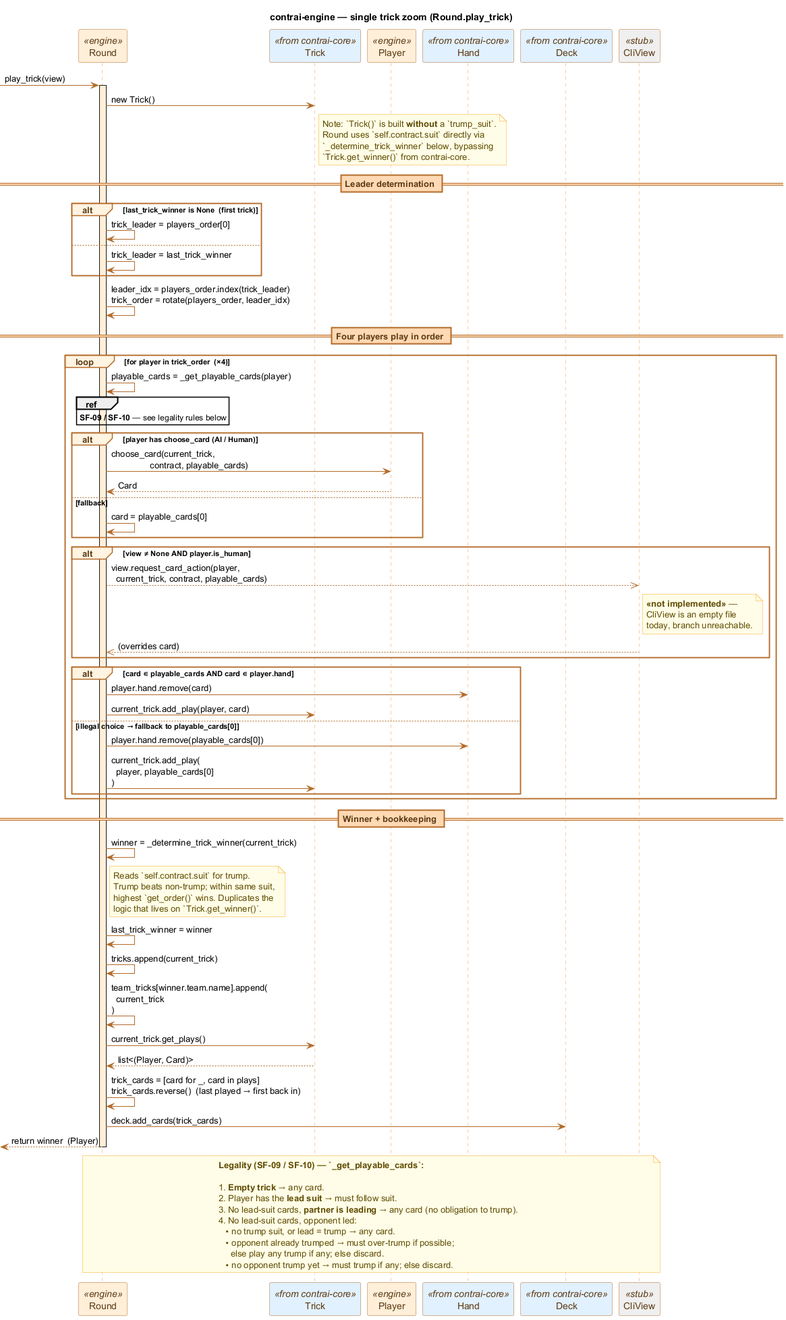
The PlantUML diagram docs/diagrams/seq_trick.png in valmathieu/ContrAI, before a commit. Source of this version:
```plantuml
@startuml seq_trick
title contrai-engine — single trick zoom (Round.play_trick)

skinparam shadowing false
skinparam sequence {
    ArrowColor #B26A28
    LifeLineBorderColor #E89A4F
    LifeLineBackgroundColor #FFEFD9
    ParticipantBorderColor #B26A28
    ParticipantBackgroundColor #FFEFD9
    ParticipantFontColor #5C3A14
    ActorBorderColor #B26A28
    ActorBackgroundColor #FFEFD9
    ActorFontColor #5C3A14
    GroupBorderColor #B26A28
    GroupBackgroundColor #FFF3E0
    GroupHeaderFontColor #5C3A14
    BoxBorderColor #B26A28
    BoxBackgroundColor #FFF3E0
    DividerBorderColor #B26A28
    DividerBackgroundColor #FFD9B3
    DividerFontColor #5C3A14
}
skinparam note {
    BackgroundColor #FFFDE7
    BorderColor #F9A825
    FontColor #5F4B00
}

participant "Round" as R <<engine>>
participant "Trick" as T <<from contrai-core>> #E1F0FF
participant "Player" as P <<engine>>
participant "Hand" as H <<from contrai-core>> #E1F0FF
participant "Deck" as D <<from contrai-core>> #E1F0FF
participant "CliView" as V <<stub>> #EEEEEE

[-> R : play_trick(view)
activate R

R -> T : new Trick()
note right of T
  Note: `Trick()` is built **without** a `trump_suit`.
  Round uses `self.contract.suit` directly via
  `_determine_trick_winner` below, bypassing
  `Trick.get_winner()` from contrai-core.
end note

== Leader determination ==

alt last_trick_winner is None  (first trick)
    R -> R : trick_leader = players_order[0]
else
    R -> R : trick_leader = last_trick_winner
end

R -> R : leader_idx = players_order.index(trick_leader)\ntrick_order = rotate(players_order, leader_idx)

== Four players play in order ==

loop **for player in trick_order**  (×4)

    R -> R : playable_cards = _get_playable_cards(player)

    ref over R : **SF-09 / SF-10** — see legality rules below

    alt player has choose_card (AI / Human)
        R -> P : choose_card(current_trick,\n                contract, playable_cards)
        P --> R : Card
    else fallback
        R -> R : card = playable_cards[0]
    end

    alt view ≠ None AND player.is_human
        R -->> V : view.request_card_action(player,\n  current_trick, contract, playable_cards)
        note right of V
          **<<not implemented>>** —
          CliView is an empty file
          today, branch unreachable.
        end note
        V -->> R : (overrides card)
    end

    alt card ∈ playable_cards AND card ∈ player.hand
        R -> H : player.hand.remove(card)
        R -> T : current_trick.add_play(player, card)
    else illegal choice → fallback to playable_cards[0]
        R -> H : player.hand.remove(playable_cards[0])
        R -> T : current_trick.add_play(\n  player, playable_cards[0]\n)
    end

end

== Winner + bookkeeping ==

R -> R : winner = _determine_trick_winner(current_trick)
note right of R
  Reads `self.contract.suit` for trump.
  Trump beats non-trump; within same suit,
  highest `get_order()` wins. Duplicates the
  logic that lives on `Trick.get_winner()`.
end note

R -> R : last_trick_winner = winner
R -> R : tricks.append(current_trick)
R -> R : team_tricks[winner.team.name].append(\n  current_trick\n)

R -> T : current_trick.get_plays()
T --> R : list<(Player, Card)>
R -> R : trick_cards = [card for _, card in plays]\ntrick_cards.reverse()  (last played → first back in)
R -> D : deck.add_cards(trick_cards)

[<-- R : return winner  (Player)
deactivate R

note over R, V
  **Legality (SF-09 / SF-10) — `_get_playable_cards`:**

  1. **Empty trick** → any card.
  2. Player has the **lead suit** → must follow suit.
  3. No lead-suit cards, **partner is leading** → any card (no obligation to trump).
  4. No lead-suit cards, opponent led:
     • no trump suit, or lead = trump → any card.
     • opponent already trumped → must over-trump if possible;
       else play any trump if any; else discard.
     • no opponent trump yet → must trump if any; else discard.
end note

@enduml
```
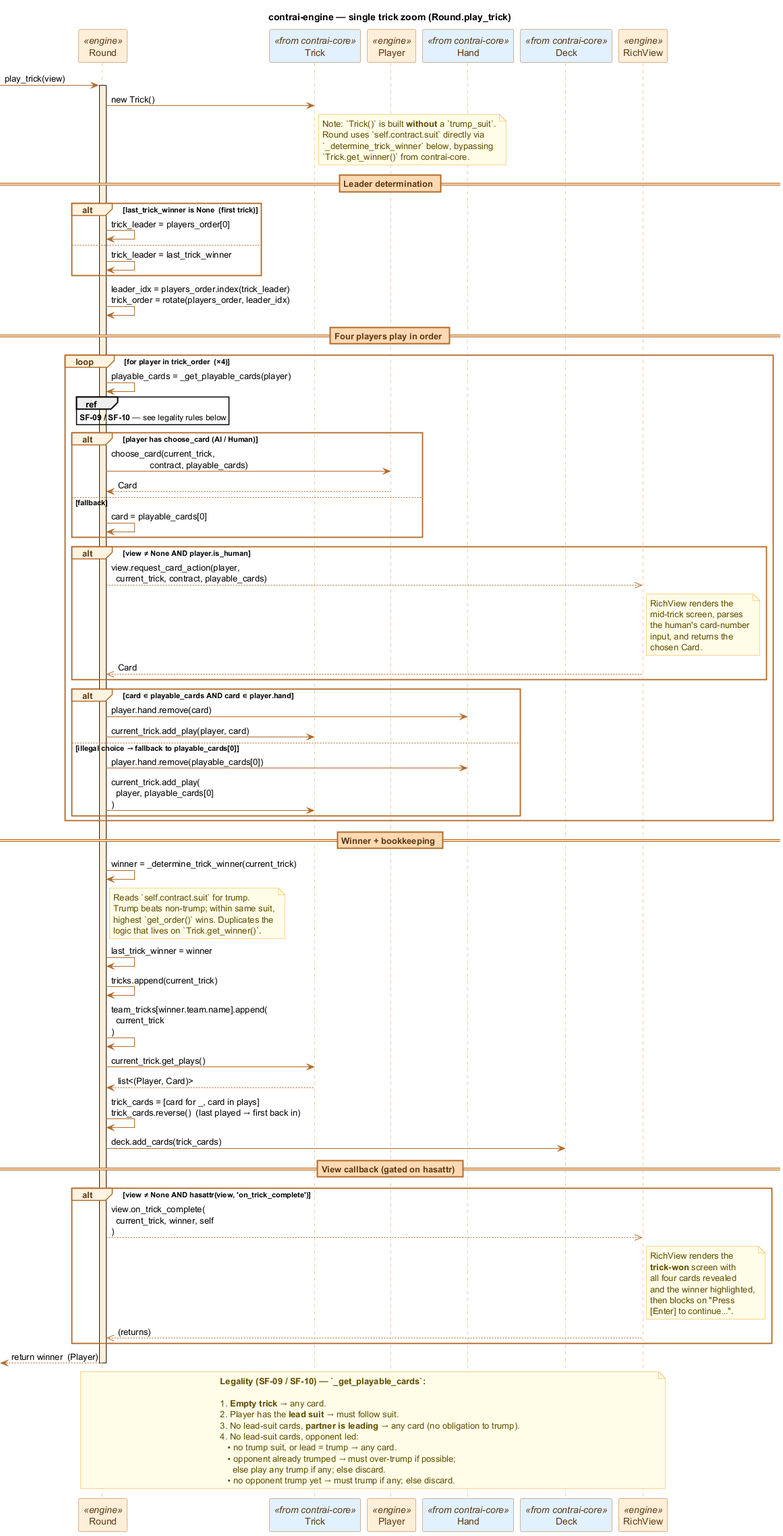
After the change.

Commit message:
docs(diagrams): refresh engine sequence diagrams for Rich CLI

Change to the diagram source:
```diff
@@ -32,7 +32,7 @@
 participant "Player" as P <<engine>>
 participant "Hand" as H <<from contrai-core>> #E1F0FF
 participant "Deck" as D <<from contrai-core>> #E1F0FF
-participant "CliView" as V <<stub>> #EEEEEE
+participant "RichView" as V <<engine>>
 
 [-> R : play_trick(view)
 activate R
@@ -73,11 +73,13 @@
     alt view ≠ None AND player.is_human
         R -->> V : view.request_card_action(player,\n  current_trick, contract, playable_cards)
         note right of V
-          **<<not implemented>>** —
-          CliView is an empty file
-          today, branch unreachable.
+          RichView renders the
+          mid-trick screen, parses
+          the human's card-number
+          input, and returns the
+          chosen Card.
         end note
-        V -->> R : (overrides card)
+        V -->> R : Card
     end
 
     alt card ∈ playable_cards AND card ∈ player.hand
@@ -109,6 +111,21 @@
 R -> R : trick_cards = [card for _, card in plays]\ntrick_cards.reverse()  (last played → first back in)
 R -> D : deck.add_cards(trick_cards)
 
+== View callback (gated on hasattr) ==
+
+alt view ≠ None AND hasattr(view, 'on_trick_complete')
+    R -->> V : view.on_trick_complete(\n  current_trick, winner, self\n)
+    note right of V
+      RichView renders the
+      **trick-won** screen with
+      all four cards revealed
+      and the winner highlighted,
+      then blocks on "Press
+      [Enter] to continue…".
+    end note
+    V -->> R : (returns)
+end
+
 [<-- R : return winner  (Player)
 deactivate R
 
```
